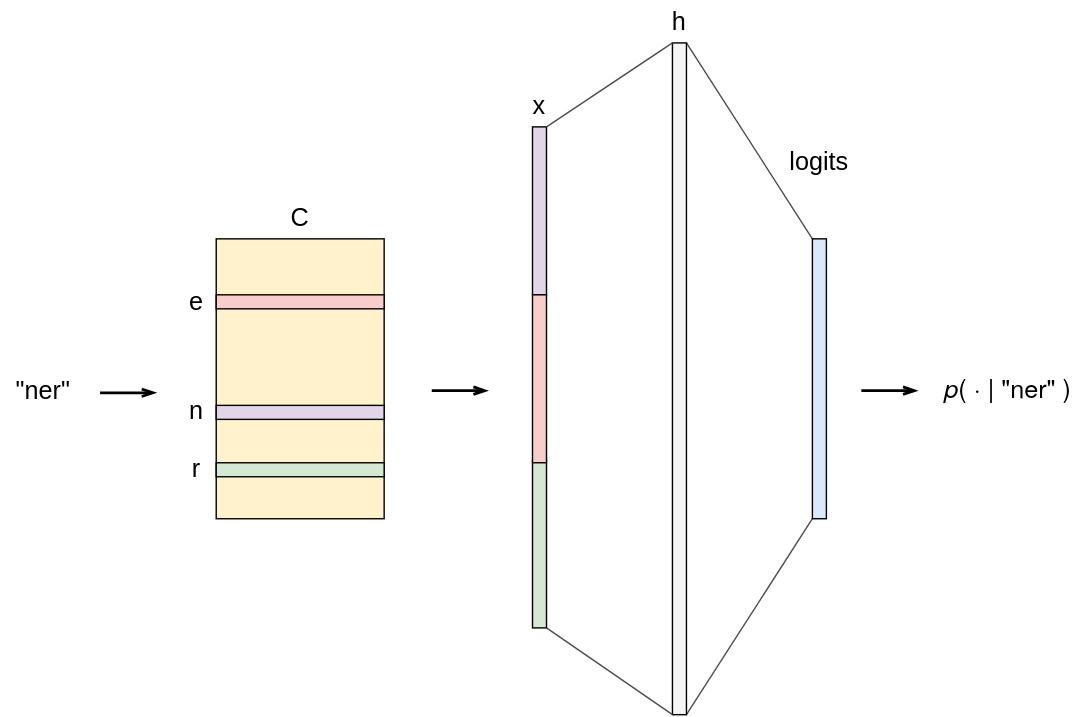
particle1331/ok-transformer keeps this draw.io diagram as docs/img/mlp-char-level.drawio.svg. Above is the earlier version. Source tidied: cells renumbered, new cells last; positions are measured from the earlier drawing's top-left corner, leaving out a move shared by most shapes.
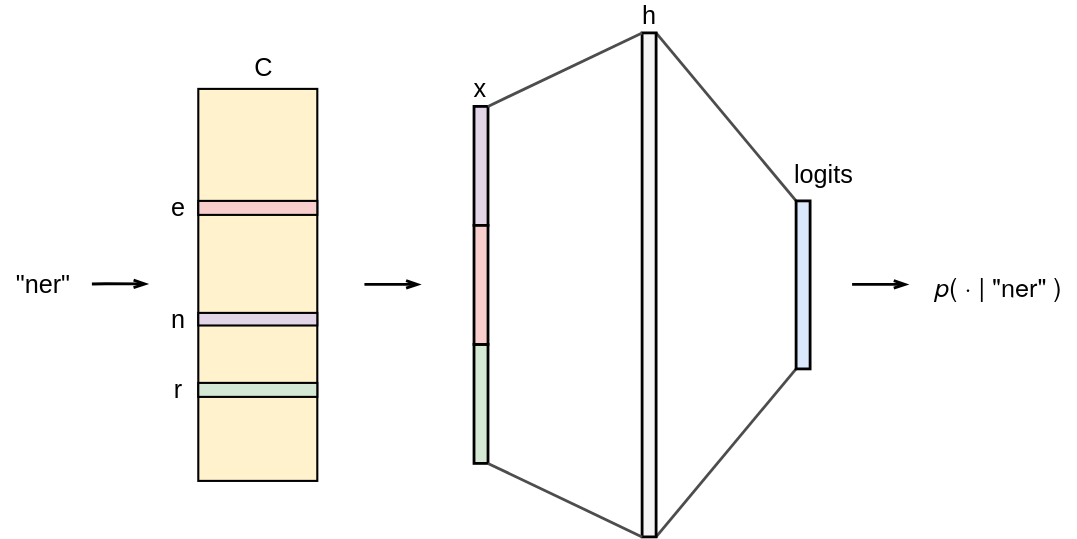
After the commit.

Commit message:
fix: update nn diagram; plot best fit line

The edit, as a diff of the source:
```diff
@@ -3,87 +3,90 @@
     <mxCell id="0" />
     <mxCell id="1" parent="0" />
     <mxCell id="2" value="&lt;span style=&quot;font-size: 18px;&quot;&gt;&quot;ner&quot;&lt;/span&gt;" style="text;html=1;align=center;verticalAlign=middle;strokeColor=none;fillColor=none;" parent="1" vertex="1">
-      <mxGeometry y="259" width="60" height="40" as="geometry" />
+      <mxGeometry x="52" y="250" width="60" height="40" as="geometry" />
     </mxCell>
-    <mxCell id="3" style="rounded=0;whiteSpace=wrap;html=1;fontSize=18;fillColor=#fff2cc;strokeColor=#000000;" parent="1" vertex="1">
-      <mxGeometry x="154" y="170" width="120" height="200" as="geometry" />
+    <mxCell id="3" style="rounded=0;whiteSpace=wrap;html=1;fontSize=18;fillColor=#fff2cc;strokeColor=#000000;strokeWidth=1.5;" parent="1" vertex="1">
+      <mxGeometry x="193" y="130" width="85" height="280" as="geometry" />
     </mxCell>
-    <mxCell id="4" style="rounded=0;whiteSpace=wrap;html=1;fontSize=18;fillColor=#f8cecc;strokeColor=#000000;" parent="1" vertex="1">
-      <mxGeometry x="154" y="210" width="120" height="10" as="geometry" />
+    <mxCell id="4" style="rounded=0;whiteSpace=wrap;html=1;fontSize=18;fillColor=#f8cecc;strokeColor=#000000;strokeWidth=1.5;" parent="1" vertex="1">
+      <mxGeometry x="193" y="210" width="85" height="10" as="geometry" />
     </mxCell>
-    <mxCell id="5" style="rounded=0;whiteSpace=wrap;html=1;fontSize=18;fillColor=#e1d5e7;strokeColor=#000000;" parent="1" vertex="1">
-      <mxGeometry x="154" y="289" width="120" height="10" as="geometry" />
+    <mxCell id="5" style="rounded=0;whiteSpace=wrap;html=1;fontSize=18;fillColor=#e1d5e7;strokeColor=#000000;strokeWidth=1.5;" parent="1" vertex="1">
+      <mxGeometry x="193" y="290" width="85" height="9" as="geometry" />
     </mxCell>
-    <mxCell id="6" style="rounded=0;whiteSpace=wrap;html=1;fontSize=18;fillColor=#d5e8d4;strokeColor=#000000;" parent="1" vertex="1">
-      <mxGeometry x="154" y="330" width="120" height="10" as="geometry" />
+    <mxCell id="6" style="rounded=0;whiteSpace=wrap;html=1;fontSize=18;fillColor=#d5e8d4;strokeColor=#000000;strokeWidth=1.5;" parent="1" vertex="1">
+      <mxGeometry x="193" y="340" width="85" height="10" as="geometry" />
     </mxCell>
     <mxCell id="7" value="e" style="text;html=1;strokeColor=none;fillColor=none;align=center;verticalAlign=middle;whiteSpace=wrap;rounded=0;fontSize=18;fontStyle=0;" parent="1" vertex="1">
-      <mxGeometry x="110" y="200" width="60" height="30" as="geometry" />
+      <mxGeometry x="149" y="200" width="60" height="30" as="geometry" />
     </mxCell>
     <mxCell id="8" value="r" style="text;html=1;strokeColor=none;fillColor=none;align=center;verticalAlign=middle;whiteSpace=wrap;rounded=0;fontSize=18;fontStyle=0;" parent="1" vertex="1">
-      <mxGeometry x="110" y="320" width="60" height="30" as="geometry" />
+      <mxGeometry x="149" y="330" width="60" height="30" as="geometry" />
     </mxCell>
     <mxCell id="9" value="n" style="text;html=1;strokeColor=none;fillColor=none;align=center;verticalAlign=middle;whiteSpace=wrap;rounded=0;fontSize=18;fontStyle=0;" parent="1" vertex="1">
-      <mxGeometry x="110" y="278" width="60" height="30" as="geometry" />
+      <mxGeometry x="149" y="279.5" width="60" height="30" as="geometry" />
     </mxCell>
     <mxCell id="10" style="endArrow=openThin;html=1;rounded=0;fontSize=18;endFill=0;strokeWidth=2;fontStyle=1;" parent="1" edge="1">
       <mxGeometry relative="1" as="geometry">
-        <mxPoint x="71" y="280" as="sourcePoint" />
-        <mxPoint x="111" y="280" as="targetPoint" />
+        <mxPoint x="117" y="269.3" as="sourcePoint" />
+        <mxPoint x="157" y="269.3" as="targetPoint" />
+        <Array as="points">
+          <mxPoint x="127" y="269.2" />
+        </Array>
       </mxGeometry>
     </mxCell>
     <mxCell id="11" value="C" style="text;html=1;strokeColor=none;fillColor=none;align=center;verticalAlign=middle;whiteSpace=wrap;rounded=0;fontSize=18;fontStyle=0;" parent="1" vertex="1">
-      <mxGeometry x="184" y="140" width="60" height="30" as="geometry" />
+      <mxGeometry x="210" y="100" width="60" height="30" as="geometry" />
     </mxCell>
-    <mxCell id="12" style="rounded=0;whiteSpace=wrap;html=1;fontSize=18;fillColor=#e1d5e7;strokeColor=#000000;rotation=90;" parent="1" vertex="1">
-      <mxGeometry x="325" y="145" width="120" height="10" as="geometry" />
+    <mxCell id="12" style="rounded=0;whiteSpace=wrap;html=1;fontSize=18;fillColor=#e1d5e7;strokeColor=#000000;rotation=90;strokeWidth=2;" parent="1" vertex="1">
+      <mxGeometry x="352.4" y="180" width="85" height="10" as="geometry" />
     </mxCell>
-    <mxCell id="13" style="rounded=0;whiteSpace=wrap;html=1;fontSize=18;fillColor=#d5e8d4;strokeColor=#000000;rotation=90;" parent="1" vertex="1">
-      <mxGeometry x="325" y="383" width="120" height="10" as="geometry" />
+    <mxCell id="13" style="rounded=0;whiteSpace=wrap;html=1;fontSize=18;fillColor=#d5e8d4;strokeColor=#000000;rotation=90;strokeWidth=2;" parent="1" vertex="1">
+      <mxGeometry x="352.4" y="350" width="85" height="10" as="geometry" />
     </mxCell>
-    <mxCell id="14" style="rounded=0;whiteSpace=wrap;html=1;fontSize=18;fillColor=#f8cecc;strokeColor=#000000;rotation=90;" parent="1" vertex="1">
-      <mxGeometry x="325" y="265" width="120" height="10" as="geometry" />
+    <mxCell id="14" style="rounded=0;whiteSpace=wrap;html=1;fontSize=18;fillColor=#f8cecc;strokeColor=#000000;rotation=90;strokeWidth=2;" parent="1" vertex="1">
+      <mxGeometry x="352.4" y="265" width="85" height="10" as="geometry" />
     </mxCell>
     <mxCell id="15" value="x" style="text;html=1;strokeColor=none;fillColor=none;align=center;verticalAlign=middle;whiteSpace=wrap;rounded=0;fontSize=18;fontStyle=0;" parent="1" vertex="1">
-      <mxGeometry x="355" y="60" width="60" height="30" as="geometry" />
+      <mxGeometry x="382.4" y="120" width="25.1" height="20" as="geometry" />
     </mxCell>
-    <mxCell id="16" style="rounded=0;jettySize=auto;html=1;exitX=1;exitY=1;exitDx=0;exitDy=0;entryX=0;entryY=1;entryDx=0;entryDy=0;strokeColor=#4D4D4D;strokeWidth=1;fontSize=18;endArrow=none;endFill=0;" parent="1" edge="1" source="18" target="19">
+    <mxCell id="16" style="rounded=0;jettySize=auto;html=1;exitX=1;exitY=1;exitDx=0;exitDy=0;entryX=0;entryY=1;entryDx=0;entryDy=0;strokeColor=#4D4D4D;strokeWidth=2;fontSize=18;endArrow=none;endFill=0;" parent="1" edge="1" source="18" target="19">
       <mxGeometry relative="1" as="geometry" />
     </mxCell>
-    <mxCell id="17" style="edgeStyle=none;rounded=0;jettySize=auto;html=1;exitX=1;exitY=0;exitDx=0;exitDy=0;entryX=0;entryY=0;entryDx=0;entryDy=0;strokeColor=#4D4D4D;strokeWidth=1;fontSize=18;endArrow=none;endFill=0;" parent="1" edge="1" source="18" target="19">
+    <mxCell id="17" style="edgeStyle=none;rounded=0;jettySize=auto;html=1;exitX=1;exitY=0;exitDx=0;exitDy=0;entryX=0;entryY=0;entryDx=0;entryDy=0;strokeColor=#4D4D4D;strokeWidth=2;fontSize=18;endArrow=none;endFill=0;" parent="1" edge="1" source="18" target="19">
       <mxGeometry relative="1" as="geometry" />
     </mxCell>
-    <mxCell id="18" style="rounded=0;whiteSpace=wrap;html=1;strokeColor=#000000;fontSize=18;fillColor=#f5f5f5;fontColor=#333333;" parent="1" vertex="1">
-      <mxGeometry x="480" y="30" width="10" height="480" as="geometry" />
+    <mxCell id="18" style="rounded=0;whiteSpace=wrap;html=1;strokeColor=#000000;fontSize=18;fillColor=#f5f5f5;fontColor=#333333;strokeWidth=2;" parent="1" vertex="1">
+      <mxGeometry x="510" y="90" width="10" height="360" as="geometry" />
     </mxCell>
-    <mxCell id="19" style="rounded=0;whiteSpace=wrap;html=1;strokeColor=#000000;fontSize=18;fillColor=#dae8fc;" parent="1" vertex="1">
-      <mxGeometry x="580" y="170" width="10" height="200" as="geometry" />
+    <mxCell id="19" style="rounded=0;whiteSpace=wrap;html=1;strokeColor=#000000;fontSize=18;fillColor=#dae8fc;strokeWidth=2;" parent="1" vertex="1">
+      <mxGeometry x="620" y="210" width="10" height="120" as="geometry" />
     </mxCell>
     <mxCell id="20" value="h" style="text;html=1;strokeColor=none;fillColor=none;align=center;verticalAlign=middle;whiteSpace=wrap;rounded=0;fontSize=18;fontStyle=0;" parent="1" vertex="1">
-      <mxGeometry x="455" width="60" height="30" as="geometry" />
+      <mxGeometry x="502.5" y="68" width="25" height="20" as="geometry" />
     </mxCell>
     <mxCell id="21" value="logits" style="text;html=1;strokeColor=none;fillColor=none;align=center;verticalAlign=middle;whiteSpace=wrap;rounded=0;fontSize=18;fontStyle=0;" parent="1" vertex="1">
-      <mxGeometry x="555" y="100" width="60" height="30" as="geometry" />
+      <mxGeometry x="610" y="177" width="60" height="30" as="geometry" />
     </mxCell>
-    <mxCell id="22" style="endArrow=none;html=1;rounded=0;strokeWidth=1;fontSize=18;exitX=0;exitY=0;exitDx=0;exitDy=0;strokeColor=#4D4D4D;entryX=0;entryY=0;entryDx=0;entryDy=0;" parent="1" edge="1" source="12" target="18">
+    <mxCell id="22" style="endArrow=none;html=1;rounded=0;strokeWidth=2;fontSize=18;exitX=0;exitY=0;exitDx=0;exitDy=0;strokeColor=#4D4D4D;entryX=0;entryY=0;entryDx=0;entryDy=0;" parent="1" edge="1" source="12" target="18">
       <mxGeometry relative="1" as="geometry" />
     </mxCell>
-    <mxCell id="23" style="endArrow=none;html=1;rounded=0;strokeWidth=1;fontSize=18;exitX=1;exitY=0;exitDx=0;exitDy=0;strokeColor=#4D4D4D;entryX=0;entryY=1;entryDx=0;entryDy=0;" parent="1" edge="1" source="13" target="18">
+    <mxCell id="23" style="endArrow=none;html=1;rounded=0;strokeWidth=2;fontSize=18;exitX=1;exitY=0;exitDx=0;exitDy=0;strokeColor=#4D4D4D;entryX=0;entryY=1;entryDx=0;entryDy=0;" parent="1" edge="1" source="13" target="18">
       <mxGeometry relative="1" as="geometry" />
     </mxCell>
     <mxCell id="24" value="&lt;p style=&quot;margin: 0px; font-variant-numeric: normal; font-variant-east-asian: normal; font-stretch: normal; line-height: normal; font-family: &amp;quot;Helvetica Neue&amp;quot;; text-align: start;&quot; class=&quot;p1&quot;&gt;&lt;i&gt;p&lt;/i&gt;( · | &quot;ner&quot; )&lt;/p&gt;" style="text;html=1;strokeColor=none;fillColor=none;align=center;verticalAlign=middle;whiteSpace=wrap;rounded=0;labelBackgroundColor=#FFFFFF;fontSize=18;fontColor=#000000;" parent="1" vertex="1">
-      <mxGeometry x="665" y="260" width="110" height="30" as="geometry" />
+      <mxGeometry x="710" y="250" width="110" height="40" as="geometry" />
     </mxCell>
     <mxCell id="25" style="endArrow=openThin;html=1;rounded=0;fontSize=18;endFill=0;strokeWidth=2;fontStyle=1;" parent="1" edge="1">
       <mxGeometry relative="1" as="geometry">
-        <mxPoint x="308" y="278.5" as="sourcePoint" />
-        <mxPoint x="348" y="278.5" as="targetPoint" />
+        <mxPoint x="311.7" y="269.6" as="sourcePoint" />
+        <mxPoint x="351.7" y="269.6" as="targetPoint" />
       </mxGeometry>
     </mxCell>
     <mxCell id="26" style="endArrow=openThin;html=1;rounded=0;fontSize=18;endFill=0;strokeWidth=2;fontStyle=1;" parent="1" edge="1">
       <mxGeometry relative="1" as="geometry">
-        <mxPoint x="615" y="278.5" as="sourcePoint" />
-        <mxPoint x="655" y="278.5" as="targetPoint" />
+        <mxPoint x="660" y="269.6" as="sourcePoint" />
+        <mxPoint x="700" y="269.6" as="targetPoint" />
       </mxGeometry>
     </mxCell>
   </root>
```
